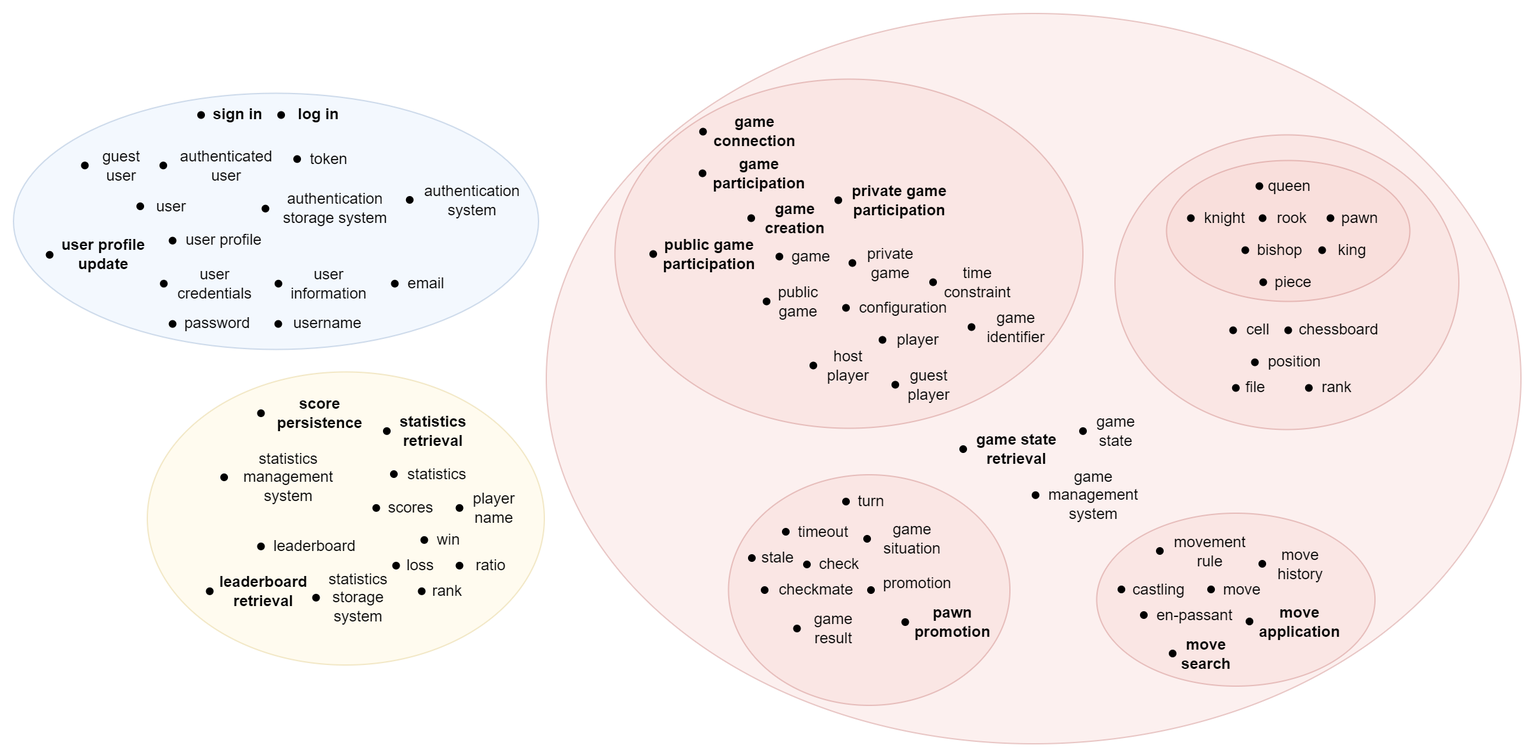
This is docs/resources/images/domain-analysis/subdomains.png from ldss-project/docs, a draw.io export, as it was before one commit. Source tidied: cells renumbered, new cells last; positions are measured from the earlier drawing's top-left corner, leaving out a move shared by most shapes.
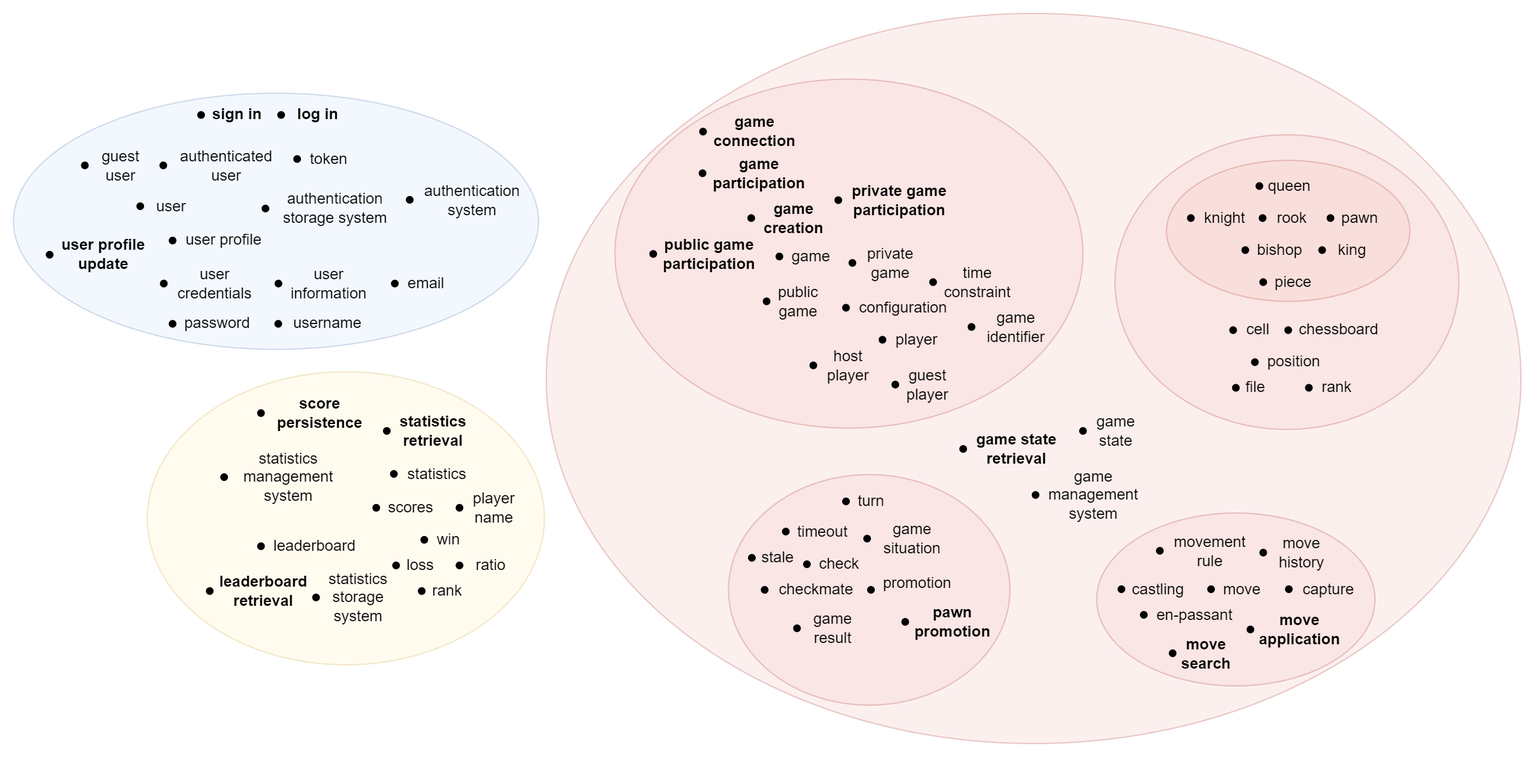
After the commit.

Diff of the diagram source:
```diff
@@ -180,10 +180,10 @@
       <mxGeometry x="606.5" y="445" width="60" height="30" as="geometry" />
     </mxCell>
     <mxCell id="61" style="shape=waypoint;sketch=0;fillStyle=solid;size=6;fillColor=none;perimeter=centerPerimeter;align=left;" parent="1" vertex="1">
-      <mxGeometry x="975" y="429.5" width="20" height="20" as="geometry" />
+      <mxGeometry x="975.8" y="420.9" width="20" height="20" as="geometry" />
     </mxCell>
     <mxCell id="62" value="move history" style="rounded=0;whiteSpace=wrap;html=1;align=center;strokeColor=none;fillColor=none;" parent="1" vertex="1">
-      <mxGeometry x="995" y="424.5" width="40" height="30" as="geometry" />
+      <mxGeometry x="995.8" y="415.9" width="40" height="30" as="geometry" />
     </mxCell>
     <mxCell id="63" style="shape=waypoint;sketch=0;fillStyle=solid;size=6;fillColor=none;perimeter=centerPerimeter;align=left;" parent="1" vertex="1">
       <mxGeometry x="669.5" y="450" width="20" height="20" as="geometry" />
@@ -258,10 +258,10 @@
       <mxGeometry x="900" y="464.5" width="65" height="30" as="geometry" />
     </mxCell>
     <mxCell id="87" style="shape=waypoint;sketch=0;fillStyle=solid;size=6;fillColor=none;perimeter=centerPerimeter;align=left;" parent="1" vertex="1">
-      <mxGeometry x="965" y="474.5" width="20" height="20" as="geometry" />
+      <mxGeometry x="965.8" y="480.9" width="20" height="20" as="geometry" />
     </mxCell>
     <mxCell id="88" value="move&lt;br&gt;application" style="rounded=0;whiteSpace=wrap;html=1;align=center;strokeColor=none;fillColor=none;fontStyle=1;" parent="1" vertex="1">
-      <mxGeometry x="982.5" y="469.5" width="62.5" height="30" as="geometry" />
+      <mxGeometry x="983.2" y="475.9" width="62.5" height="30" as="geometry" />
     </mxCell>
     <mxCell id="89" style="shape=waypoint;sketch=0;fillStyle=solid;size=6;fillColor=none;perimeter=centerPerimeter;align=left;" parent="1" vertex="1">
       <mxGeometry x="1028.2" y="159.8" width="20" height="20" as="geometry" />
@@ -485,5 +485,11 @@
     <mxCell id="162" value="move&lt;br&gt;search" style="rounded=0;whiteSpace=wrap;html=1;align=center;strokeColor=none;fillColor=none;fontStyle=1;" parent="1" vertex="1">
       <mxGeometry x="922.5" y="494.5" width="37.5" height="30" as="geometry" />
     </mxCell>
+    <mxCell id="163" style="shape=waypoint;sketch=0;fillStyle=solid;size=6;fillColor=none;perimeter=centerPerimeter;align=left;" parent="1" vertex="1">
+      <mxGeometry x="995.8" y="449.5" width="20" height="20" as="geometry" />
+    </mxCell>
+    <mxCell id="164" value="capture" style="rounded=0;whiteSpace=wrap;html=1;align=center;strokeColor=none;fillColor=none;" parent="1" vertex="1">
+      <mxGeometry x="1013.2" y="444.5" width="48.2" height="30" as="geometry" />
+    </mxCell>
   </root>
 </mxGraphModel>
```
